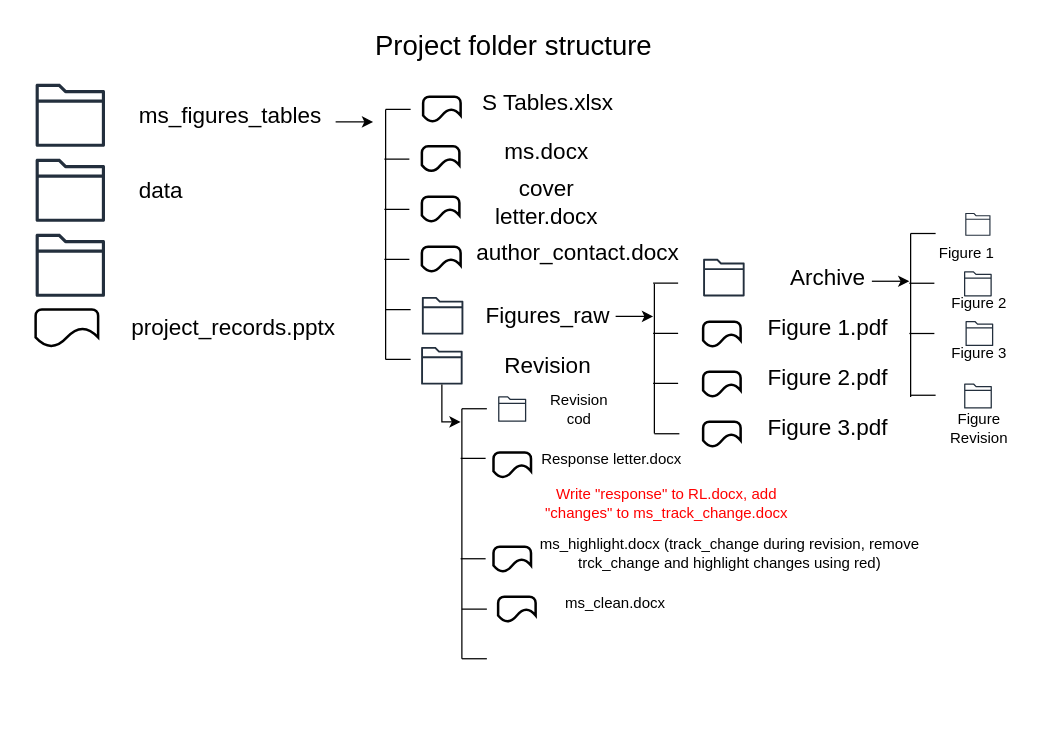
This is page "Page-1" (1 of 2) of Project_structure_LQ.drawio from liqingbioinfo/Presentations_Public, a draw.io file, before an edit. Source tidied: cells renumbered, new cells numbered last; positions are measured from the earlier drawing's top-left corner, leaving out a move shared by most shapes. Both pictures are drawn from the tidied source at 125%, with x=0, y=0 at pixel (35, 21).
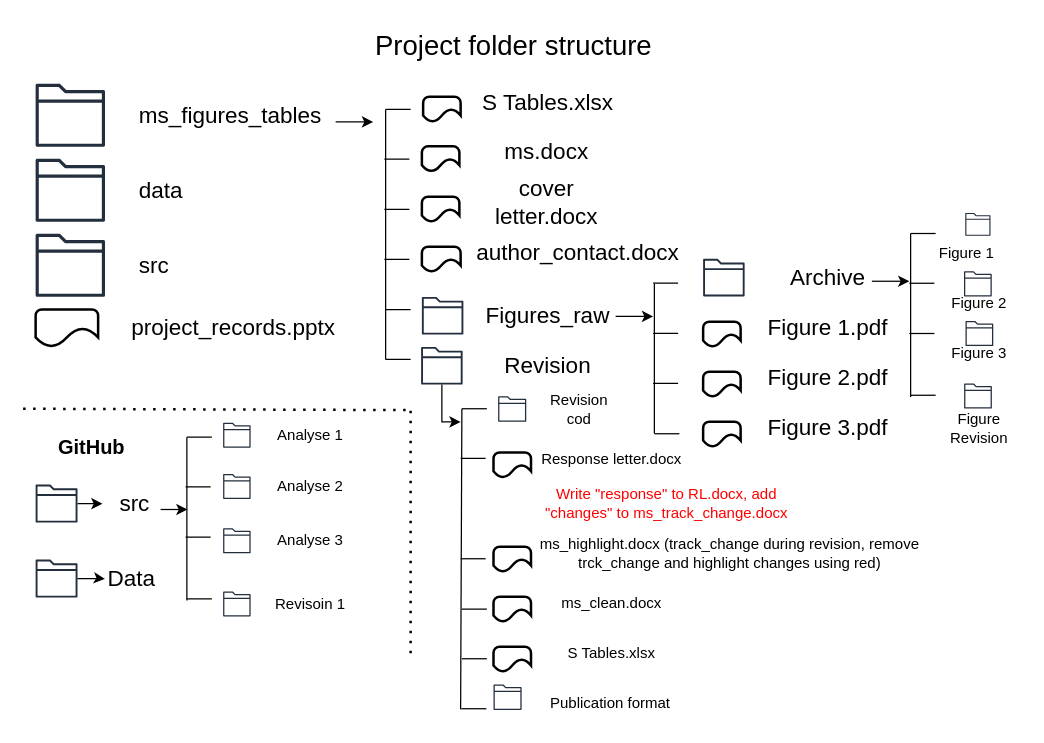
The same page after the edit.

What changed in the source:
```diff
@@
     <mxCell id="56" style="endArrow=none;html=1;rounded=0;entryX=0.28;entryY=1.25;entryDx=0;entryDy=0;entryPerimeter=0;" parent="1" edge="1">
       <mxGeometry relative="1" as="geometry">
-        <mxPoint x="341" y="509.5" as="sourcePoint" />
+        <mxPoint x="340" y="550" as="sourcePoint" />
         <mxPoint x="341" y="309.5" as="targetPoint" />
       </mxGeometry>
     </mxCell>
@@
     <mxCell id="70" style="strokeWidth=2;html=1;shape=mxgraph.flowchart.document2;whiteSpace=wrap;size=0.5052070617675781;" parent="1" vertex="1">
-      <mxGeometry x="370" y="459.8" width="30" height="20.2" as="geometry" />
+      <mxGeometry x="366.3" y="459.8" width="30" height="20.2" as="geometry" />
     </mxCell>
     <mxCell id="71" value="ms_clean.docx" style="text;html=1;whiteSpace=wrap;strokeColor=none;fillColor=none;align=center;verticalAlign=middle;rounded=0;" parent="1" vertex="1">
-      <mxGeometry x="404.4" y="450" width="120" height="30" as="geometry" />
+      <mxGeometry x="400.6" y="450" width="120" height="30" as="geometry" />
     </mxCell>
@@
+    <mxCell id="75" style="strokeWidth=2;html=1;shape=mxgraph.flowchart.document2;whiteSpace=wrap;size=0.5052070617675781;" parent="1" vertex="1">
+      <mxGeometry x="366.3" y="499.8" width="30" height="20.2" as="geometry" />
+    </mxCell>
+    <mxCell id="76" value="S Tables.xlsx" style="text;html=1;whiteSpace=wrap;strokeColor=none;fillColor=none;align=center;verticalAlign=middle;rounded=0;" parent="1" vertex="1">
+      <mxGeometry x="400.6" y="490" width="120" height="30" as="geometry" />
+    </mxCell>
+    <mxCell id="77" style="endArrow=none;html=1;rounded=0;" parent="1" edge="1">
+      <mxGeometry relative="1" as="geometry">
+        <mxPoint x="340.6" y="549.5" as="sourcePoint" />
+        <mxPoint x="360.6" y="549.5" as="targetPoint" />
+      </mxGeometry>
+    </mxCell>
+    <mxCell id="78" value="Publication format" style="text;html=1;whiteSpace=wrap;strokeColor=none;fillColor=none;align=center;verticalAlign=middle;rounded=0;" parent="1" vertex="1">
+      <mxGeometry x="400" y="530" width="120" height="30" as="geometry" />
+    </mxCell>
+    <mxCell id="79" style="sketch=0;fontColor=#232F3E;gradientColor=none;fillColor=#232F3D;strokeColor=none;dashed=0;verticalLabelPosition=bottom;verticalAlign=top;align=center;html=1;fontSize=12;fontStyle=0;shape=mxgraph.aws4.folder;" parent="1" vertex="1">
+      <mxGeometry x="366.3" y="530" width="22.5" height="20.5" as="geometry" />
+    </mxCell>
+    <mxCell id="80" style="endArrow=none;dashed=1;html=1;dashPattern=1 3;strokeWidth=2;rounded=0;" parent="1" edge="1">
+      <mxGeometry relative="1" as="geometry">
+        <mxPoint x="-10" y="309.5" as="sourcePoint" />
+        <mxPoint x="300" y="310.6" as="targetPoint" />
+      </mxGeometry>
+    </mxCell>
+    <mxCell id="81" value="&lt;font style=&quot;font-size: 16px;&quot;&gt;&lt;b&gt;GitHub&lt;/b&gt;&lt;/font&gt;" style="text;html=1;whiteSpace=wrap;strokeColor=none;fillColor=none;align=center;verticalAlign=middle;rounded=0;" parent="1" vertex="1">
+      <mxGeometry x="-10" y="325.2" width="110" height="30" as="geometry" />
+    </mxCell>
+    <mxCell id="82" style="endArrow=none;dashed=1;html=1;dashPattern=1 3;strokeWidth=2;rounded=0;" parent="1" edge="1">
+      <mxGeometry relative="1" as="geometry">
+        <mxPoint x="300" y="311.1" as="sourcePoint" />
+        <mxPoint x="300" y="510" as="targetPoint" />
+      </mxGeometry>
+    </mxCell>
+    <mxCell id="83" value="&lt;span style=&quot;font-size: 18px;&quot;&gt;src&lt;/span&gt;" style="text;html=1;whiteSpace=wrap;strokeColor=none;fillColor=none;align=center;verticalAlign=middle;rounded=0;" parent="1" vertex="1">
+      <mxGeometry x="50" y="370.6" width="59" height="30" as="geometry" />
+    </mxCell>
+    <mxCell id="84" style="edgeStyle=orthogonalEdgeStyle;rounded=0;jettySize=auto;html=1;" parent="1" edge="1" source="85" target="83">
+      <mxGeometry relative="1" as="geometry" />
+    </mxCell>
+    <mxCell id="85" style="sketch=0;outlineConnect=0;fontColor=#232F3E;gradientColor=none;fillColor=#232F3D;strokeColor=none;dashed=0;verticalLabelPosition=bottom;verticalAlign=top;align=center;html=1;fontSize=12;fontStyle=0;shape=mxgraph.aws4.folder;" parent="1" vertex="1">
+      <mxGeometry y="370.1" width="33.5" height="30.5" as="geometry" />
+    </mxCell>
+    <mxCell id="86" value="&lt;span style=&quot;font-size: 18px;&quot;&gt;Data&lt;/span&gt;" style="text;html=1;whiteSpace=wrap;strokeColor=none;fillColor=none;align=left;verticalAlign=middle;rounded=0;" parent="1" vertex="1">
+      <mxGeometry x="55.5" y="430.6" width="44.5" height="30" as="geometry" />
+    </mxCell>
+    <mxCell id="87" style="sketch=0;outlineConnect=0;fontColor=#232F3E;gradientColor=none;fillColor=#232F3D;strokeColor=none;dashed=0;verticalLabelPosition=bottom;verticalAlign=top;align=center;html=1;fontSize=12;fontStyle=0;shape=mxgraph.aws4.folder;" parent="1" vertex="1">
+      <mxGeometry y="430.1" width="33.5" height="30.5" as="geometry" />
+    </mxCell>
+    <mxCell id="88" style="edgeStyle=orthogonalEdgeStyle;rounded=0;jettySize=auto;html=1;" parent="1" edge="1" source="87" target="86">
+      <mxGeometry relative="1" as="geometry" />
+    </mxCell>
+    <mxCell id="89" value="&lt;font&gt;Analyse 1&lt;/font&gt;" style="text;html=1;whiteSpace=wrap;strokeColor=none;fillColor=none;align=center;verticalAlign=middle;rounded=0;" parent="1" vertex="1">
+      <mxGeometry x="180" y="315.6" width="80" height="30" as="geometry" />
+    </mxCell>
+    <mxCell id="90" style="sketch=0;fontColor=#232F3E;gradientColor=none;fillColor=#232F3D;strokeColor=none;dashed=0;verticalLabelPosition=bottom;verticalAlign=top;align=center;html=1;fontSize=12;fontStyle=0;shape=mxgraph.aws4.folder;" parent="1" vertex="1">
+      <mxGeometry x="150" y="320.6" width="22" height="20" as="geometry" />
+    </mxCell>
+    <mxCell id="91" style="endArrow=none;html=1;rounded=0;entryX=0.28;entryY=1.25;entryDx=0;entryDy=0;entryPerimeter=0;" parent="1" edge="1">
+      <mxGeometry relative="1" as="geometry">
+        <mxPoint x="121" y="462.9" as="sourcePoint" />
+        <mxPoint x="121" y="332.2" as="targetPoint" />
+      </mxGeometry>
+    </mxCell>
+    <mxCell id="92" style="endArrow=none;html=1;rounded=0;" parent="1" edge="1">
+      <mxGeometry relative="1" as="geometry">
+        <mxPoint x="121" y="332.2" as="sourcePoint" />
+        <mxPoint x="141" y="332.2" as="targetPoint" />
+      </mxGeometry>
+    </mxCell>
+    <mxCell id="93" style="endArrow=none;html=1;rounded=0;" parent="1" edge="1">
+      <mxGeometry relative="1" as="geometry">
+        <mxPoint x="120" y="372" as="sourcePoint" />
+        <mxPoint x="140" y="372" as="targetPoint" />
+      </mxGeometry>
+    </mxCell>
+    <mxCell id="94" style="endArrow=none;html=1;rounded=0;" parent="1" edge="1">
+      <mxGeometry relative="1" as="geometry">
+        <mxPoint x="120" y="412.2" as="sourcePoint" />
+        <mxPoint x="140" y="412.2" as="targetPoint" />
+      </mxGeometry>
+    </mxCell>
+    <mxCell id="95" style="endArrow=none;html=1;rounded=0;" parent="1" edge="1">
+      <mxGeometry relative="1" as="geometry">
+        <mxPoint x="121" y="461.6" as="sourcePoint" />
+        <mxPoint x="141" y="461.6" as="targetPoint" />
+      </mxGeometry>
+    </mxCell>
+    <mxCell id="96" style="edgeStyle=orthogonalEdgeStyle;rounded=0;orthogonalLoop=1;jettySize=auto;html=1;" parent="1" edge="1">
+      <mxGeometry relative="1" as="geometry">
+        <mxPoint x="100" y="390.1" as="sourcePoint" />
+        <mxPoint x="121.5" y="390.1" as="targetPoint" />
+      </mxGeometry>
+    </mxCell>
+    <mxCell id="97" value="&lt;font&gt;Analyse 2&lt;/font&gt;" style="text;html=1;whiteSpace=wrap;strokeColor=none;fillColor=none;align=center;verticalAlign=middle;rounded=0;" parent="1" vertex="1">
+      <mxGeometry x="180" y="356.6" width="80" height="30" as="geometry" />
+    </mxCell>
+    <mxCell id="98" style="sketch=0;fontColor=#232F3E;gradientColor=none;fillColor=#232F3D;strokeColor=none;dashed=0;verticalLabelPosition=bottom;verticalAlign=top;align=center;html=1;fontSize=12;fontStyle=0;shape=mxgraph.aws4.folder;" parent="1" vertex="1">
+      <mxGeometry x="150" y="361.6" width="22" height="20" as="geometry" />
+    </mxCell>
+    <mxCell id="99" value="&lt;font&gt;Analyse 3&lt;/font&gt;" style="text;html=1;whiteSpace=wrap;strokeColor=none;fillColor=none;align=center;verticalAlign=middle;rounded=0;" parent="1" vertex="1">
+      <mxGeometry x="180" y="400.1" width="80" height="30" as="geometry" />
+    </mxCell>
+    <mxCell id="100" style="sketch=0;fontColor=#232F3E;gradientColor=none;fillColor=#232F3D;strokeColor=none;dashed=0;verticalLabelPosition=bottom;verticalAlign=top;align=center;html=1;fontSize=12;fontStyle=0;shape=mxgraph.aws4.folder;" parent="1" vertex="1">
+      <mxGeometry x="150" y="405.1" width="22" height="20" as="geometry" />
+    </mxCell>
+    <mxCell id="101" value="&lt;font&gt;Revisoin 1&lt;/font&gt;" style="text;html=1;whiteSpace=wrap;strokeColor=none;fillColor=none;align=center;verticalAlign=middle;rounded=0;" parent="1" vertex="1">
+      <mxGeometry x="180" y="450.6" width="80" height="30" as="geometry" />
+    </mxCell>
+    <mxCell id="102" style="sketch=0;fontColor=#232F3E;gradientColor=none;fillColor=#232F3D;strokeColor=none;dashed=0;verticalLabelPosition=bottom;verticalAlign=top;align=center;html=1;fontSize=12;fontStyle=0;shape=mxgraph.aws4.folder;" parent="1" vertex="1">
+      <mxGeometry x="150" y="455.6" width="22" height="20" as="geometry" />
+    </mxCell>
+    <mxCell id="103" value="&lt;span style=&quot;font-size: 18px;&quot;&gt;src&lt;/span&gt;" style="text;html=1;whiteSpace=wrap;strokeColor=none;fillColor=none;align=left;verticalAlign=middle;rounded=0;" parent="1" vertex="1">
+      <mxGeometry x="81" y="179.8" width="150" height="30" as="geometry" />
+    </mxCell>
```
